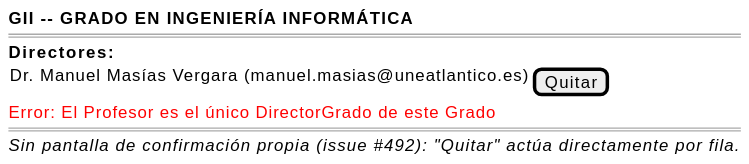
mmasias/pyCeldaPublico keeps this PlantUML diagram as images/RUP/01-requisitos/03-detalle-casos-uso/quitarDirectorPrograma/wireframe-desdePrograma.svg. Above is the earlier version. Its diagram source:
```plantuml
@startsalt quitarDirectorGrado-wireframe-desdeGrado
{
    <b>GII -- GRADO EN INGENIERÍA INFORMÁTICA</b>
    ====
    <b>Directores:</b>
    {
        Dr. Manuel Masías Vergara (manuel.masias@uneatlantico.es) | [Quitar]
    }
    <color:red>Error: El Profesor es el único DirectorGrado de este Grado</color>
    ====
    <i>Sin pantalla de confirmación propia (issue #492): "Quitar" actúa directamente por fila.</i>
}
@endsalt
```
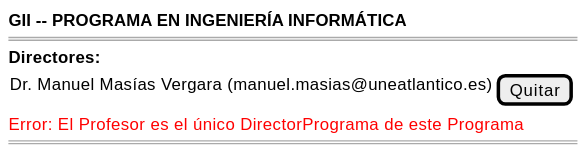
After the change.

Diff of the diagram source:
```diff
@@ -1,13 +1,12 @@
-@startsalt quitarDirectorGrado-wireframe-desdeGrado
+@startsalt quitarDirectorPrograma-wireframe-desdePrograma
 {
-    <b>GII -- GRADO EN INGENIERÍA INFORMÁTICA</b>
+    <b>GII -- PROGRAMA EN INGENIERÍA INFORMÁTICA</b>
     ====
     <b>Directores:</b>
     {
         Dr. Manuel Masías Vergara (manuel.masias@uneatlantico.es) | [Quitar]
     }
-    <color:red>Error: El Profesor es el único DirectorGrado de este Grado</color>
+    <color:red>Error: El Profesor es el único DirectorPrograma de este Programa</color>
     ====
-    <i>Sin pantalla de confirmación propia (issue #492): "Quitar" actúa directamente por fila.</i>
 }
 @endsalt
```
